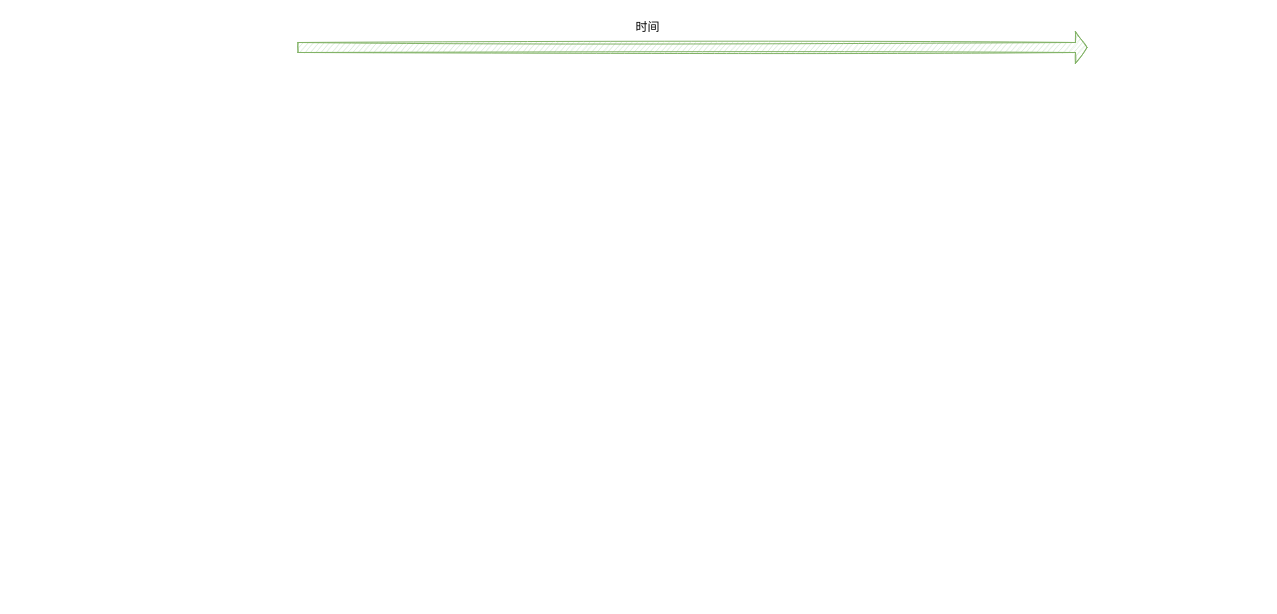
MagicXran/MagicXran.github.io keeps this draw.io diagram as 持久化存储的演变.drawio. Above is the earlier version. Source tidied: cells renumbered, new cells numbered last; positions are measured from the earlier drawing's top-left corner, leaving out a move shared by most shapes. Both pictures are drawn from the tidied source at 100%, with x=0, y=0 at pixel (297, 17).
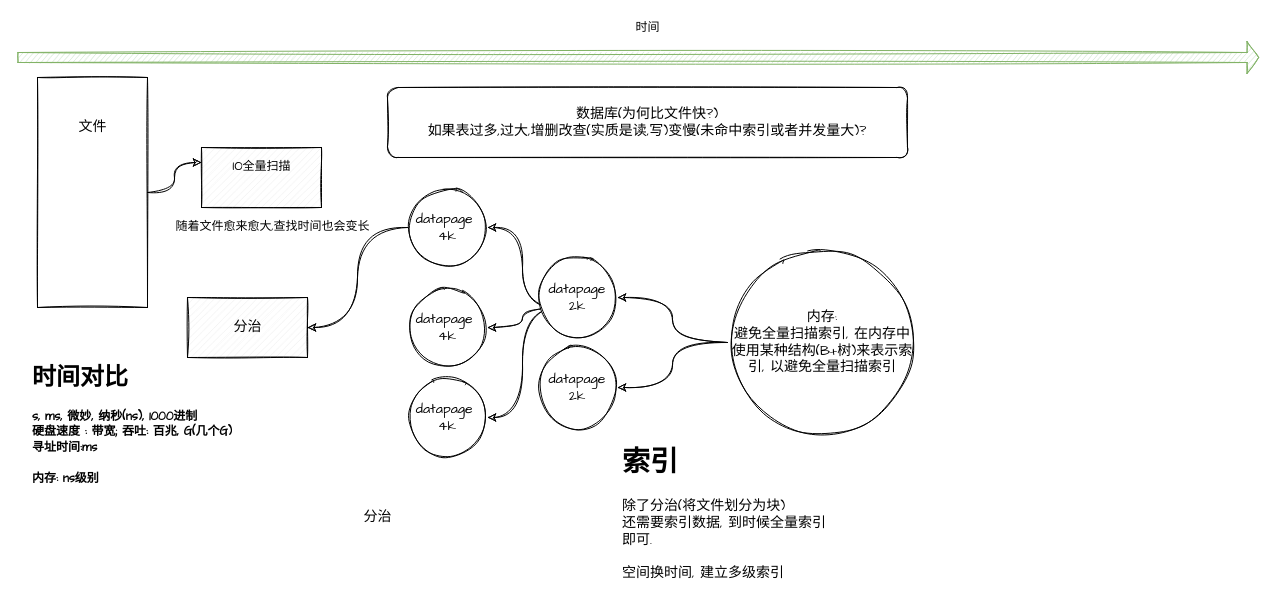
Above is the later version.

Commit message (it also covers changes not shown here):
Update 持久化存储的演变.drawio

Change to the diagram source:
```diff
@@
     <mxCell id="2" style="shape=flexArrow;endArrow=classic;html=1;rounded=1;endWidth=21;endSize=3.52;fillColor=#d5e8d4;strokeColor=#82b366;curved=1;sketch=1;" parent="1" edge="1">
       <mxGeometry relative="1" as="geometry">
-        <mxPoint y="30" as="sourcePoint" />
-        <mxPoint x="790" y="30" as="targetPoint" />
+        <mxPoint x="-280" y="40" as="sourcePoint" />
+        <mxPoint x="961.6" y="40" as="targetPoint" />
       </mxGeometry>
     </mxCell>
@@
+    <mxCell id="4" style="edgeStyle=orthogonalEdgeStyle;curved=1;rounded=1;sketch=1;jettySize=auto;html=1;exitX=0.5;exitY=0;exitDx=0;exitDy=0;entryX=0;entryY=0.25;entryDx=0;entryDy=0;entryPerimeter=0;fontFamily=Comic Sans MS;" parent="1" edge="1" source="5" target="8">
+      <mxGeometry relative="1" as="geometry" />
+    </mxCell>
+    <mxCell id="5" style="rounded=0;whiteSpace=wrap;html=1;sketch=1;rotation=90;" parent="1" vertex="1">
+      <mxGeometry x="-320" y="120" width="230" height="110" as="geometry" />
+    </mxCell>
+    <mxCell id="6" value="&lt;font style=&quot;font-size: 14px&quot; face=&quot;Comic Sans MS&quot;&gt;文件&lt;/font&gt;" style="text;html=1;align=center;verticalAlign=middle;strokeColor=none;fillColor=none;" parent="1" vertex="1">
+      <mxGeometry x="-225" y="100" width="40" height="20" as="geometry" />
+    </mxCell>
+    <mxCell id="7" value="&lt;h1&gt;&lt;font face=&quot;Comic Sans MS&quot;&gt;时间对比&lt;/font&gt;&lt;/h1&gt;&lt;div&gt;&lt;b&gt;&lt;font face=&quot;Comic Sans MS&quot;&gt;s, ms, 微妙, 纳秒(ns), 1000进制&lt;/font&gt;&lt;/b&gt;&lt;/div&gt;&lt;div&gt;&lt;b&gt;&lt;font face=&quot;Comic Sans MS&quot;&gt;硬盘速度 : 带宽; 吞吐: 百兆, G(几个G)&lt;/font&gt;&lt;/b&gt;&lt;/div&gt;&lt;div&gt;&lt;b&gt;&lt;font face=&quot;Comic Sans MS&quot;&gt;寻址时间:ms&amp;nbsp;&lt;/font&gt;&lt;/b&gt;&lt;/div&gt;&lt;div&gt;&lt;b&gt;&lt;font face=&quot;Comic Sans MS&quot;&gt;&lt;br&gt;&lt;/font&gt;&lt;/b&gt;&lt;/div&gt;&lt;div&gt;&lt;b&gt;&lt;font face=&quot;Comic Sans MS&quot;&gt;内存: ns级别&lt;/font&gt;&lt;/b&gt;&lt;/div&gt;" style="text;html=1;strokeColor=none;fillColor=none;spacing=5;spacingTop=-20;whiteSpace=wrap;overflow=hidden;rounded=0;sketch=1;" parent="1" vertex="1">
+      <mxGeometry x="-270" y="340" width="250" height="150" as="geometry" />
+    </mxCell>
+    <mxCell id="8" style="verticalLabelPosition=bottom;verticalAlign=top;html=1;shape=mxgraph.basic.patternFillRect;fillStyle=diag;step=5;fillStrokeWidth=0.2;fillStrokeColor=#dddddd;rounded=1;sketch=1;fontFamily=Comic Sans MS;" parent="1" vertex="1">
+      <mxGeometry x="-96" y="130" width="120" height="60" as="geometry" />
+    </mxCell>
+    <mxCell id="9" value="IO全量扫描" style="text;html=1;align=center;verticalAlign=middle;strokeColor=none;fillColor=none;fontFamily=Comic Sans MS;" parent="1" vertex="1">
+      <mxGeometry x="-76" y="140" width="80" height="20" as="geometry" />
+    </mxCell>
+    <mxCell id="10" value="随着文件愈来愈大,查找时间也会变长" style="text;html=1;align=center;verticalAlign=middle;strokeColor=none;fillColor=none;fontFamily=Comic Sans MS;" parent="1" vertex="1">
+      <mxGeometry x="-130" y="200" width="210" height="20" as="geometry" />
+    </mxCell>
+    <mxCell id="11" value="&lt;font style=&quot;font-size: 14px&quot;&gt;数据库(为何比文件快?)&lt;br&gt;如果表过多,过大,增删改查(实质是读,写)变慢(未命中索引或者并发量大)?&lt;br&gt;&lt;/font&gt;" style="rounded=1;whiteSpace=wrap;html=1;sketch=1;fontFamily=Comic Sans MS;" parent="1" vertex="1">
+      <mxGeometry x="90" y="70" width="520" height="70" as="geometry" />
+    </mxCell>
+    <mxCell id="12" style="edgeStyle=orthogonalEdgeStyle;curved=1;rounded=1;sketch=1;jettySize=auto;html=1;exitX=0;exitY=0.5;exitDx=0;exitDy=0;entryX=1;entryY=0.5;entryDx=0;entryDy=0;entryPerimeter=0;fontFamily=Comic Sans MS;fontSize=14;" parent="1" edge="1" source="13" target="16">
+      <mxGeometry relative="1" as="geometry" />
+    </mxCell>
+    <mxCell id="13" value="datapage&amp;nbsp;&lt;br&gt;4k" style="ellipse;whiteSpace=wrap;html=1;rounded=1;sketch=1;fontFamily=Comic Sans MS;fontSize=14;" parent="1" vertex="1">
+      <mxGeometry x="110" y="170" width="80" height="80" as="geometry" />
+    </mxCell>
+    <mxCell id="14" value="datapage&amp;nbsp;&lt;br&gt;4k" style="ellipse;whiteSpace=wrap;html=1;rounded=1;sketch=1;fontFamily=Comic Sans MS;fontSize=14;" parent="1" vertex="1">
+      <mxGeometry x="110" y="270" width="80" height="80" as="geometry" />
+    </mxCell>
+    <mxCell id="15" value="datapage&amp;nbsp;&lt;br&gt;4k" style="ellipse;whiteSpace=wrap;html=1;rounded=1;sketch=1;fontFamily=Comic Sans MS;fontSize=14;" parent="1" vertex="1">
+      <mxGeometry x="110" y="360" width="80" height="80" as="geometry" />
+    </mxCell>
+    <mxCell id="16" style="verticalLabelPosition=bottom;verticalAlign=top;html=1;shape=mxgraph.basic.patternFillRect;fillStyle=diag;step=5;fillStrokeWidth=0.2;fillStrokeColor=#dddddd;rounded=1;sketch=1;fontFamily=Comic Sans MS;fontSize=14;" parent="1" vertex="1">
+      <mxGeometry x="-110" y="280" width="120" height="60" as="geometry" />
+    </mxCell>
+    <mxCell id="17" value="分治" style="text;html=1;align=center;verticalAlign=middle;strokeColor=none;fillColor=none;fontSize=14;fontFamily=Comic Sans MS;" parent="1" vertex="1">
+      <mxGeometry x="60" y="490" width="40" height="20" as="geometry" />
+    </mxCell>
+    <mxCell id="18" value="分治" style="text;html=1;align=center;verticalAlign=middle;strokeColor=none;fillColor=none;fontSize=14;fontFamily=Comic Sans MS;" parent="1" vertex="1">
+      <mxGeometry x="-70" y="300" width="40" height="20" as="geometry" />
+    </mxCell>
+    <mxCell id="19" style="edgeStyle=orthogonalEdgeStyle;curved=1;rounded=1;sketch=1;jettySize=auto;html=1;exitX=0;exitY=0.5;exitDx=0;exitDy=0;entryX=1;entryY=0.5;entryDx=0;entryDy=0;fontFamily=Comic Sans MS;fontSize=14;" parent="1" edge="1" target="13">
+      <mxGeometry relative="1" as="geometry">
+        <mxPoint x="260" y="290" as="sourcePoint" />
+      </mxGeometry>
+    </mxCell>
+    <mxCell id="20" style="edgeStyle=orthogonalEdgeStyle;curved=1;rounded=1;sketch=1;jettySize=auto;html=1;exitX=0;exitY=0.5;exitDx=0;exitDy=0;entryX=1;entryY=0.5;entryDx=0;entryDy=0;fontFamily=Comic Sans MS;fontSize=14;" parent="1" edge="1" target="14">
+      <mxGeometry relative="1" as="geometry">
+        <mxPoint x="260" y="290" as="sourcePoint" />
+      </mxGeometry>
+    </mxCell>
+    <mxCell id="21" style="edgeStyle=orthogonalEdgeStyle;curved=1;rounded=1;sketch=1;jettySize=auto;html=1;exitX=0;exitY=0.5;exitDx=0;exitDy=0;entryX=1;entryY=0.5;entryDx=0;entryDy=0;fontFamily=Comic Sans MS;fontSize=14;" parent="1" edge="1" target="15">
+      <mxGeometry relative="1" as="geometry">
+        <mxPoint x="260" y="290" as="sourcePoint" />
+      </mxGeometry>
+    </mxCell>
+    <mxCell id="22" value="datapage&lt;br&gt;2k" style="ellipse;whiteSpace=wrap;html=1;rounded=1;sketch=1;fontFamily=Comic Sans MS;fontSize=14;" parent="1" vertex="1">
+      <mxGeometry x="240" y="240" width="80" height="80" as="geometry" />
+    </mxCell>
+    <mxCell id="23" value="&lt;h1&gt;索引&lt;/h1&gt;&lt;div&gt;除了分治(将文件划分为块)&lt;/div&gt;&lt;div&gt;还需要索引数据, 到时候全量索引即可.&lt;/div&gt;&lt;div&gt;&lt;br&gt;&lt;/div&gt;&lt;div&gt;空间换时间, 建立多级索引&lt;/div&gt;" style="text;html=1;strokeColor=none;fillColor=none;spacing=5;spacingTop=-20;whiteSpace=wrap;overflow=hidden;rounded=0;sketch=1;fontFamily=Comic Sans MS;fontSize=14;" parent="1" vertex="1">
+      <mxGeometry x="320" y="420" width="220" height="160" as="geometry" />
+    </mxCell>
+    <mxCell id="24" value="datapage&lt;br&gt;2k" style="ellipse;whiteSpace=wrap;html=1;rounded=1;sketch=1;fontFamily=Comic Sans MS;fontSize=14;" parent="1" vertex="1">
+      <mxGeometry x="240" y="330" width="80" height="80" as="geometry" />
+    </mxCell>
+    <mxCell id="25" style="edgeStyle=orthogonalEdgeStyle;curved=1;rounded=1;sketch=1;jettySize=auto;html=1;exitX=0;exitY=0.5;exitDx=0;exitDy=0;fontFamily=Comic Sans MS;fontSize=14;" parent="1" edge="1" source="27" target="22">
+      <mxGeometry relative="1" as="geometry" />
+    </mxCell>
+    <mxCell id="26" style="edgeStyle=orthogonalEdgeStyle;curved=1;rounded=1;sketch=1;jettySize=auto;html=1;exitX=0;exitY=0.5;exitDx=0;exitDy=0;entryX=1;entryY=0.5;entryDx=0;entryDy=0;fontFamily=Comic Sans MS;fontSize=14;" parent="1" edge="1" source="27" target="24">
+      <mxGeometry relative="1" as="geometry" />
+    </mxCell>
+    <mxCell id="27" value="内存:&lt;br&gt;避免全量扫描索引, 在内存中使用某种结构(B+树)来表示索引, 以避免全量扫描索引" style="ellipse;whiteSpace=wrap;html=1;rounded=1;sketch=1;fontFamily=Comic Sans MS;fontSize=14;" parent="1" vertex="1">
+      <mxGeometry x="430" y="230" width="190" height="190" as="geometry" />
+    </mxCell>
```
